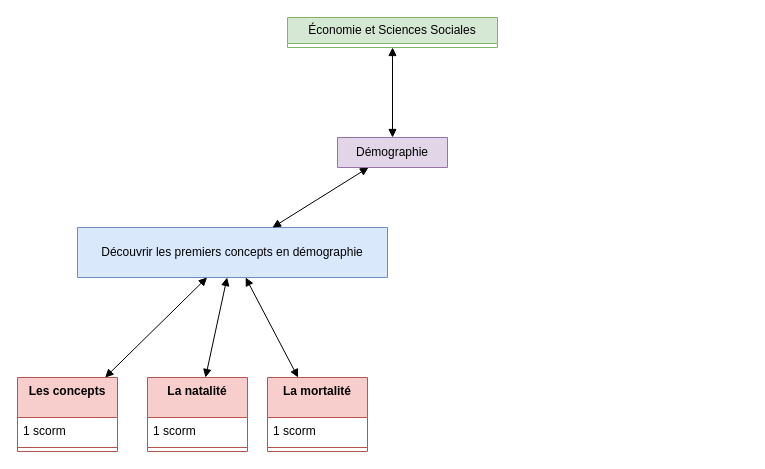
The draw.io diagram Démographie.drawio in jean-seb-2106/pythontest, before the edit. Source tidied: cells renumbered, new cells numbered last; positions are measured from the earlier drawing's top-left corner, leaving out a move shared by most shapes. Both pictures are drawn from the tidied source at 100%, with x=0, y=0 at pixel (17, 17).
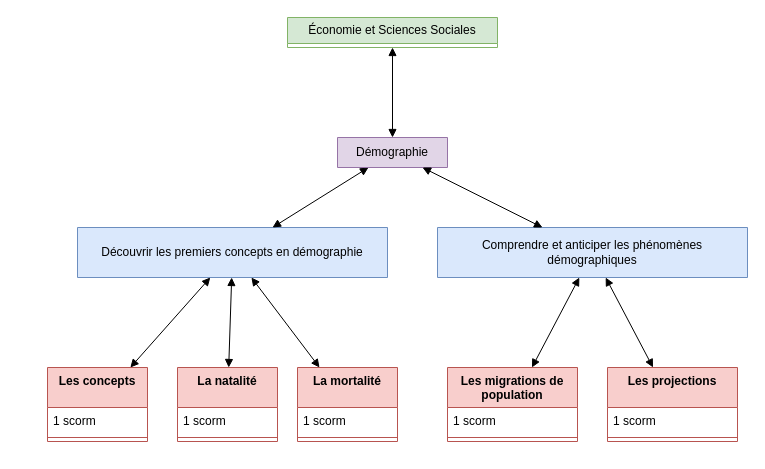
After the change.

Commit message (it also covers changes not shown here):
Mettre à jour Démographie.drawio

The change refers to these unchanged cells:
```xml
<mxCell id="6" value="Démographie" style="swimlane;fontStyle=0;horizontal=1;startSize=30;fillColor=#e1d5e7;whiteSpace=wrap;html=1;strokeColor=#9673a6;" parent="1" vertex="1" collapsed="1">
  <mxGeometry x="320" y="120" width="110" height="30" as="geometry" />
</mxCell>
```

The edit, as a diff of the source:
```diff
@@
     <mxCell id="7" value="La natalité" style="swimlane;fontStyle=1;align=center;verticalAlign=top;horizontal=1;startSize=40;whiteSpace=wrap;html=1;fillColor=#f8cecc;strokeColor=#b85450;" parent="1" vertex="1">
-      <mxGeometry x="130" y="360" width="100" height="74" as="geometry" />
+      <mxGeometry x="160" y="350" width="100" height="74" as="geometry" />
     </mxCell>
@@
     <mxCell id="10" value="Les concepts" style="swimlane;fontStyle=1;align=center;verticalAlign=top;horizontal=1;startSize=40;whiteSpace=wrap;html=1;fillColor=#f8cecc;strokeColor=#b85450;" parent="1" vertex="1">
-      <mxGeometry y="360" width="100" height="74" as="geometry" />
+      <mxGeometry x="30" y="350" width="100" height="74" as="geometry" />
     </mxCell>
@@
     <mxCell id="15" value="La mortalité" style="swimlane;fontStyle=1;align=center;verticalAlign=top;horizontal=1;startSize=40;whiteSpace=wrap;html=1;fillColor=#f8cecc;strokeColor=#b85450;" parent="1" vertex="1">
-      <mxGeometry x="250" y="360" width="100" height="74" as="geometry" />
+      <mxGeometry x="280" y="350" width="100" height="74" as="geometry" />
     </mxCell>
@@
+    <mxCell id="19" value="Comprendre et anticiper les phénomènes démographiques" style="swimlane;fontStyle=0;horizontal=1;startSize=50;fillColor=#dae8fc;whiteSpace=wrap;html=1;strokeColor=#6c8ebf;" parent="1" vertex="1" collapsed="1">
+      <mxGeometry x="420" y="210" width="310" height="50" as="geometry" />
+    </mxCell>
+    <mxCell id="20" style="endArrow=block;startArrow=block;endFill=1;startFill=1;html=1;rounded=0;" parent="1" edge="1" source="6" target="19">
+      <mxGeometry relative="1" as="geometry" />
+    </mxCell>
+    <mxCell id="21" value="Les migrations de population" style="swimlane;fontStyle=1;align=center;verticalAlign=top;horizontal=1;startSize=40;whiteSpace=wrap;html=1;fillColor=#f8cecc;strokeColor=#b85450;" parent="1" vertex="1">
+      <mxGeometry x="430" y="350" width="130" height="74" as="geometry" />
+    </mxCell>
+    <mxCell id="22" value="1 scorm" style="text;strokeColor=none;fillColor=none;align=left;verticalAlign=top;spacingLeft=4;spacingRight=4;overflow=hidden;whiteSpace=wrap;html=1;" parent="21" vertex="1">
+      <mxGeometry y="40" width="130" height="26" as="geometry" />
+    </mxCell>
+    <mxCell id="23" style="line;strokeWidth=1;fillColor=none;align=left;verticalAlign=middle;spacingTop=-1;spacingLeft=3;spacingRight=3;labelPosition=right;strokeColor=inherit;" parent="21" vertex="1">
+      <mxGeometry y="66" width="130" height="8" as="geometry" />
+    </mxCell>
+    <mxCell id="24" value="Les projections" style="swimlane;fontStyle=1;align=center;verticalAlign=top;horizontal=1;startSize=40;whiteSpace=wrap;html=1;fillColor=#f8cecc;strokeColor=#b85450;" parent="1" vertex="1">
+      <mxGeometry x="590" y="350" width="130" height="74" as="geometry" />
+    </mxCell>
+    <mxCell id="25" value="1 scorm" style="text;strokeColor=none;fillColor=none;align=left;verticalAlign=top;spacingLeft=4;spacingRight=4;overflow=hidden;whiteSpace=wrap;html=1;" parent="24" vertex="1">
+      <mxGeometry y="40" width="130" height="26" as="geometry" />
+    </mxCell>
+    <mxCell id="26" style="line;strokeWidth=1;fillColor=none;align=left;verticalAlign=middle;spacingTop=-1;spacingLeft=3;spacingRight=3;labelPosition=right;strokeColor=inherit;" parent="24" vertex="1">
+      <mxGeometry y="66" width="130" height="8" as="geometry" />
+    </mxCell>
+    <mxCell id="27" style="endArrow=block;startArrow=block;endFill=1;startFill=1;html=1;rounded=0;" parent="1" edge="1" source="19" target="21">
+      <mxGeometry relative="1" as="geometry" />
+    </mxCell>
+    <mxCell id="28" style="endArrow=block;startArrow=block;endFill=1;startFill=1;html=1;rounded=0;" parent="1" edge="1" source="19" target="24">
+      <mxGeometry relative="1" as="geometry" />
+    </mxCell>
```
